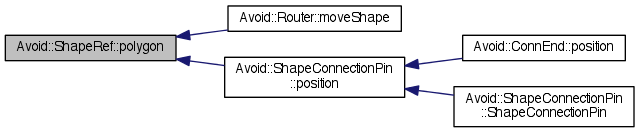
Before: documentation/classAvoid_1_1ShapeRef_a7fc77a8dfd21e19d911266258253c429_icgraph.png, a diagram exported from Graphviz (mjwybrow/adaptagrams). Its source is kept beside it as documentation/classAvoid_1_1ShapeRef_a7fc77a8dfd21e19d911266258253c429_icgraph.dot.
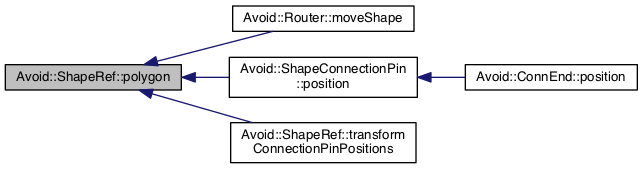
After the commit.

Change to the diagram source:
```diff
@@ -3,13 +3,13 @@
   edge [fontname="Helvetica",fontsize="10",labelfontname="Helvetica",labelfontsize="10"];
   node [fontname="Helvetica",fontsize="10",shape=record];
   rankdir="LR";
-  Node1 [label="Avoid::ShapeRef::polygon",height=0.2,width=0.4,color="black", fillcolor="grey75", style="filled" fontcolor="black"];
+  Node1 [label="Avoid::ShapeRef::polygon",height=0.2,width=0.4,color="black", fillcolor="grey75", style="filled", fontcolor="black"];
   Node1 -> Node2 [dir="back",color="midnightblue",fontsize="10",style="solid",fontname="Helvetica"];
-  Node2 [label="Avoid::Router::moveShape",height=0.2,width=0.4,color="black", fillcolor="white", style="filled",URL="$classAvoid_1_1Router.html#ac171735c187b3e0ea8f03fda4424fd4f",tooltip="Move an existing shape within the router scene by a relative distance."];
+  Node2 [label="Avoid::Router::moveShape",height=0.2,width=0.4,color="black", fillcolor="white", style="filled",URL="$classAvoid_1_1Router.html#ac171735c187b3e0ea8f03fda4424fd4f",tooltip="Move an existing shape within the router scene by a relative distance. "];
   Node1 -> Node3 [dir="back",color="midnightblue",fontsize="10",style="solid",fontname="Helvetica"];
-  Node3 [label="Avoid::ShapeConnectionPin\l::position",height=0.2,width=0.4,color="black", fillcolor="white", style="filled",URL="$classAvoid_1_1ShapeConnectionPin.html#ad2b8489330ed961df41adad3e4a5f88d",tooltip="Returns the position of this connection pin."];
+  Node3 [label="Avoid::ShapeConnectionPin\l::position",height=0.2,width=0.4,color="black", fillcolor="white", style="filled",URL="$classAvoid_1_1ShapeConnectionPin.html#ad2b8489330ed961df41adad3e4a5f88d",tooltip="Returns the position of this connection pin. "];
   Node3 -> Node4 [dir="back",color="midnightblue",fontsize="10",style="solid",fontname="Helvetica"];
-  Node4 [label="Avoid::ConnEnd::position",height=0.2,width=0.4,color="black", fillcolor="white", style="filled",URL="$classAvoid_1_1ConnEnd.html#a76b8fc2d233cff0925b0fa3fc47e61d8",tooltip="Returns the position of this connector endpoint."];
-  Node3 -> Node5 [dir="back",color="midnightblue",fontsize="10",style="solid",fontname="Helvetica"];
-  Node5 [label="Avoid::ShapeConnectionPin\l::ShapeConnectionPin",height=0.2,width=0.4,color="black", fillcolor="white", style="filled",URL="$classAvoid_1_1ShapeConnectionPin.html#a8dc56d20fdd481de3ffc0a11f54ae373",tooltip="Constructs a ShapeConnectionPin at a specified position on a parent shape."];
+  Node4 [label="Avoid::ConnEnd::position",height=0.2,width=0.4,color="black", fillcolor="white", style="filled",URL="$classAvoid_1_1ConnEnd.html#a76b8fc2d233cff0925b0fa3fc47e61d8",tooltip="Returns the position of this connector endpoint. "];
+  Node1 -> Node5 [dir="back",color="midnightblue",fontsize="10",style="solid",fontname="Helvetica"];
+  Node5 [label="Avoid::ShapeRef::transform\lConnectionPinPositions",height=0.2,width=0.4,color="black", fillcolor="white", style="filled",URL="$classAvoid_1_1ShapeRef.html#a27cc39cd041b6358705481f1f00066bf",tooltip="Adjusts all of the shape&#39;s connection pin positions and visibility directions for a given transformat..."];
 }
```
